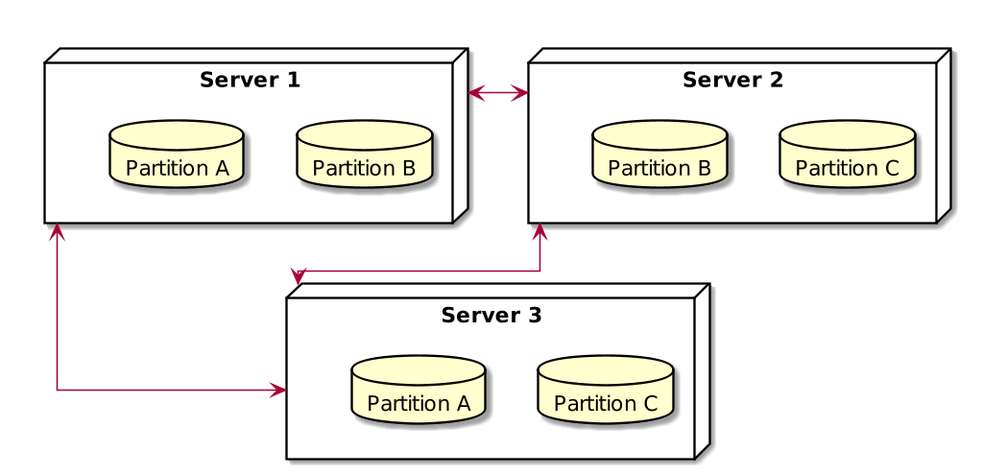
This is graphics/partitioned-data-stores.png from jypma/LB3210, a PlantUML export, as it was before one commit. Its diagram source:
```plantuml
@startuml
skinparam dpi 150
skinparam linetype ortho

node n1 as "Server 1" {
  database b1 as "Partition B"
  database a1 as "Partition A"
}
node n2 as "Server 2" {
  database c2 as "Partition C"
  database b2 as "Partition B"
}
node n3 as "Server 3" {
  database c3 as "Partition C"
  database a3 as "Partition A"
}
n1 <-right-> n2
n2 <--> n3
n1 <--> n3

@enduml
```
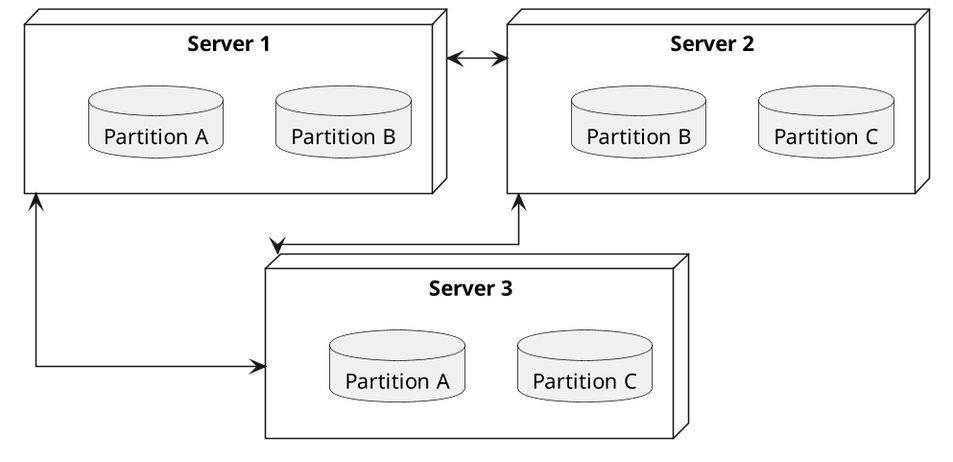
Later version of the same file.

What changed in the source:
```diff
@@ -1,5 +1,6 @@
 @startuml
-skinparam dpi 150
+!define _dpi_ 150
+skinparam dpi _dpi_
 skinparam linetype ortho
 
 node n1 as "Server 1" {
```
